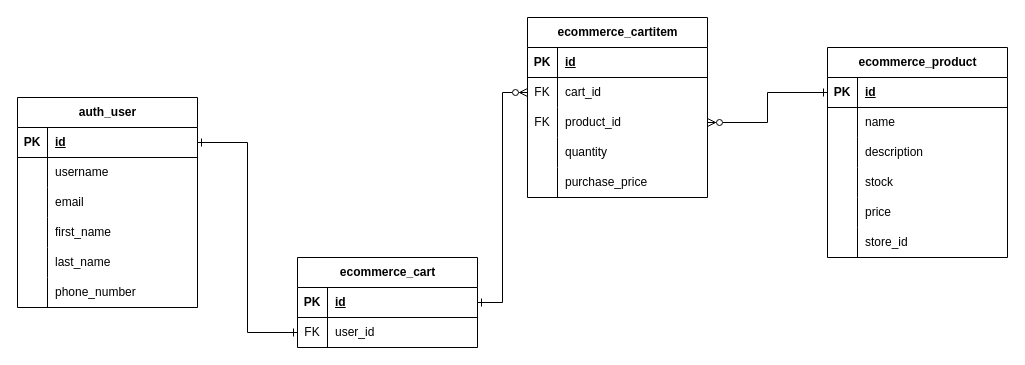
The draw.io diagram page "Add products to cart" (2 of 3) of E-Commerce API ERD.drawio in RHILIUS/drawio, before the edit. Source tidied: cells renumbered, new cells numbered last; positions are measured from the earlier drawing's top-left corner, leaving out a move shared by most shapes. Both pictures are drawn from the tidied source at 100%, with x=0, y=0 at pixel (17, 17).
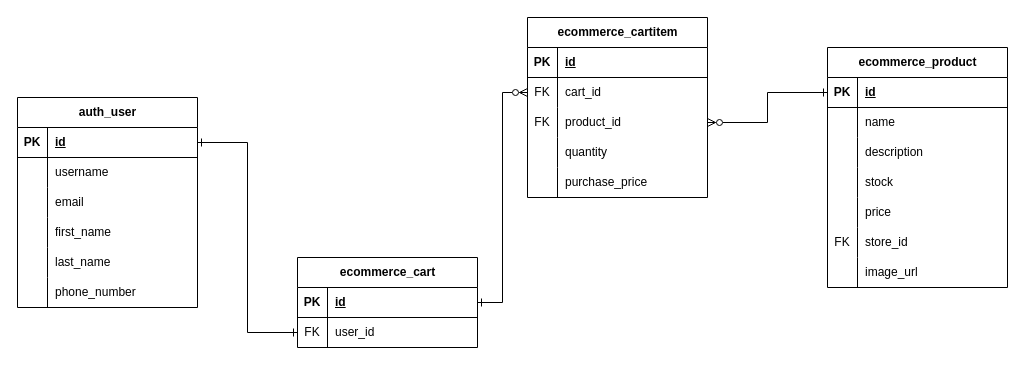
After the change.

Unchanged cells that the change refers to:
```xml
<mxCell id="25" style="shape=tableRow;horizontal=0;startSize=0;swimlaneHead=0;swimlaneBody=0;fillColor=none;top=0;left=0;right=0;bottom=0;" parent="9" vertex="1">
  <mxGeometry y="180" width="180" height="30" as="geometry" />
</mxCell>
```

What changed in the source:
```diff
@@
     <mxCell id="9" value="ecommerce_product" style="shape=table;startSize=30;childLayout=tableLayout;rowLines=0;fontStyle=1;align=center;html=1;" parent="1" vertex="1">
-      <mxGeometry x="810" y="30" width="180" height="210" as="geometry" />
+      <mxGeometry x="810" y="30" width="180" height="240" as="geometry" />
     </mxCell>
@@
-    <mxCell id="26" style="shape=partialRectangle;fillColor=none;top=0;left=0;bottom=0;right=0;overflow=hidden;whiteSpace=wrap;html=1;" parent="25" vertex="1">
+    <mxCell id="26" value="FK" style="shape=partialRectangle;fillColor=none;top=0;left=0;bottom=0;right=0;overflow=hidden;whiteSpace=wrap;html=1;" parent="25" vertex="1">
       <mxGeometry width="30" height="30" as="geometry" />
     </mxCell>
@@
+    <mxCell id="66" style="shape=tableRow;horizontal=0;startSize=0;swimlaneHead=0;swimlaneBody=0;fillColor=none;top=0;left=0;right=0;bottom=0;" parent="9" vertex="1">
+      <mxGeometry y="210" width="180" height="30" as="geometry" />
+    </mxCell>
+    <mxCell id="67" style="shape=partialRectangle;fillColor=none;top=0;left=0;bottom=0;right=0;overflow=hidden;whiteSpace=wrap;html=1;" parent="66" vertex="1">
+      <mxGeometry width="30" height="30" as="geometry" />
+    </mxCell>
+    <mxCell id="68" value="image_url" style="shape=partialRectangle;fillColor=none;top=0;left=0;bottom=0;right=0;align=left;spacingLeft=6;overflow=hidden;whiteSpace=wrap;html=1;" parent="66" vertex="1">
+      <mxGeometry x="30" width="150" height="30" as="geometry" />
+    </mxCell>
```
